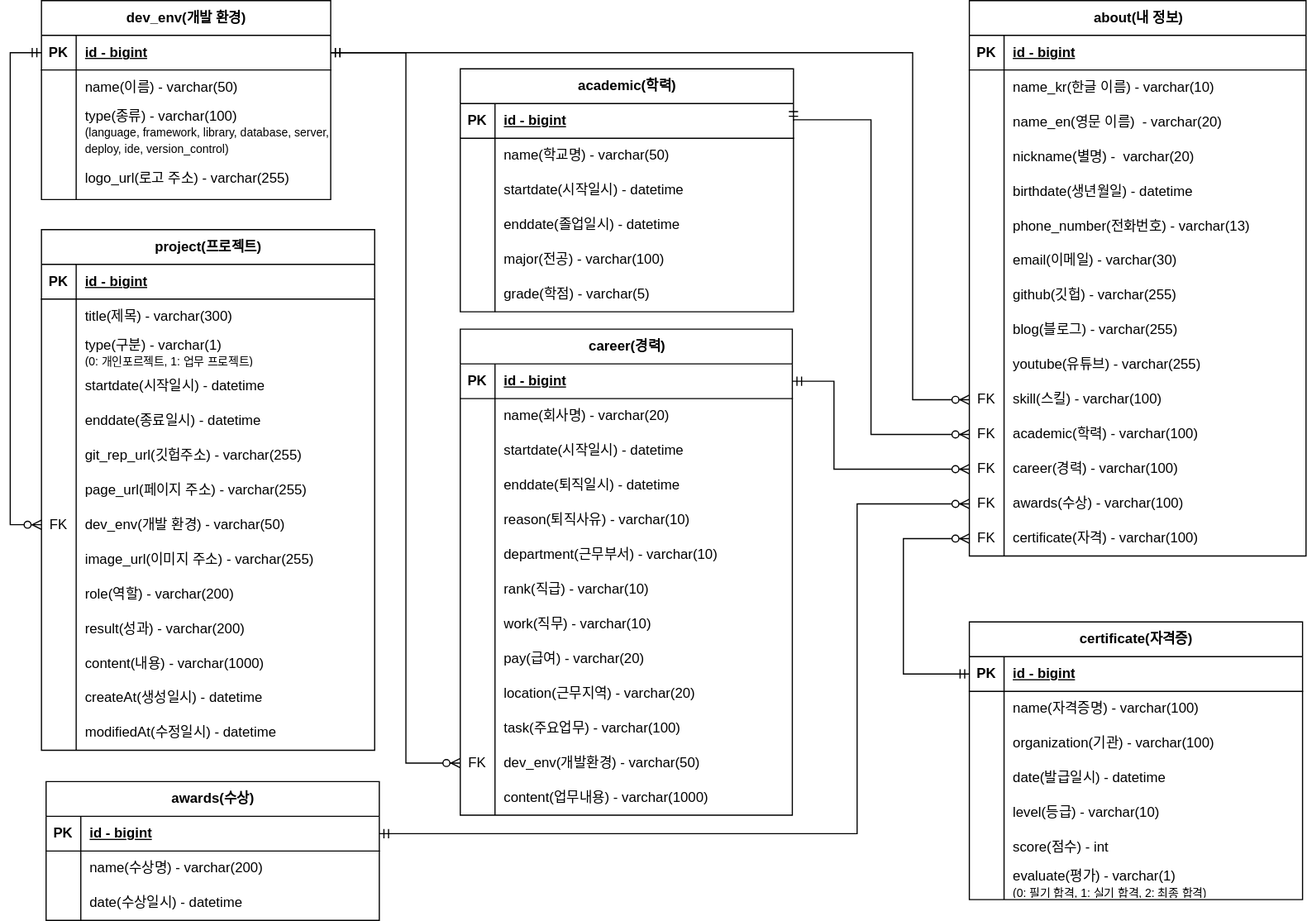
The draw.io diagram document/project-portfolio-erd.svg in benedictJHGil/my-portfolio-app, before a commit. Source tidied: cells renumbered, new cells last; positions are measured from the earlier drawing's top-left corner, leaving out a move shared by most shapes.
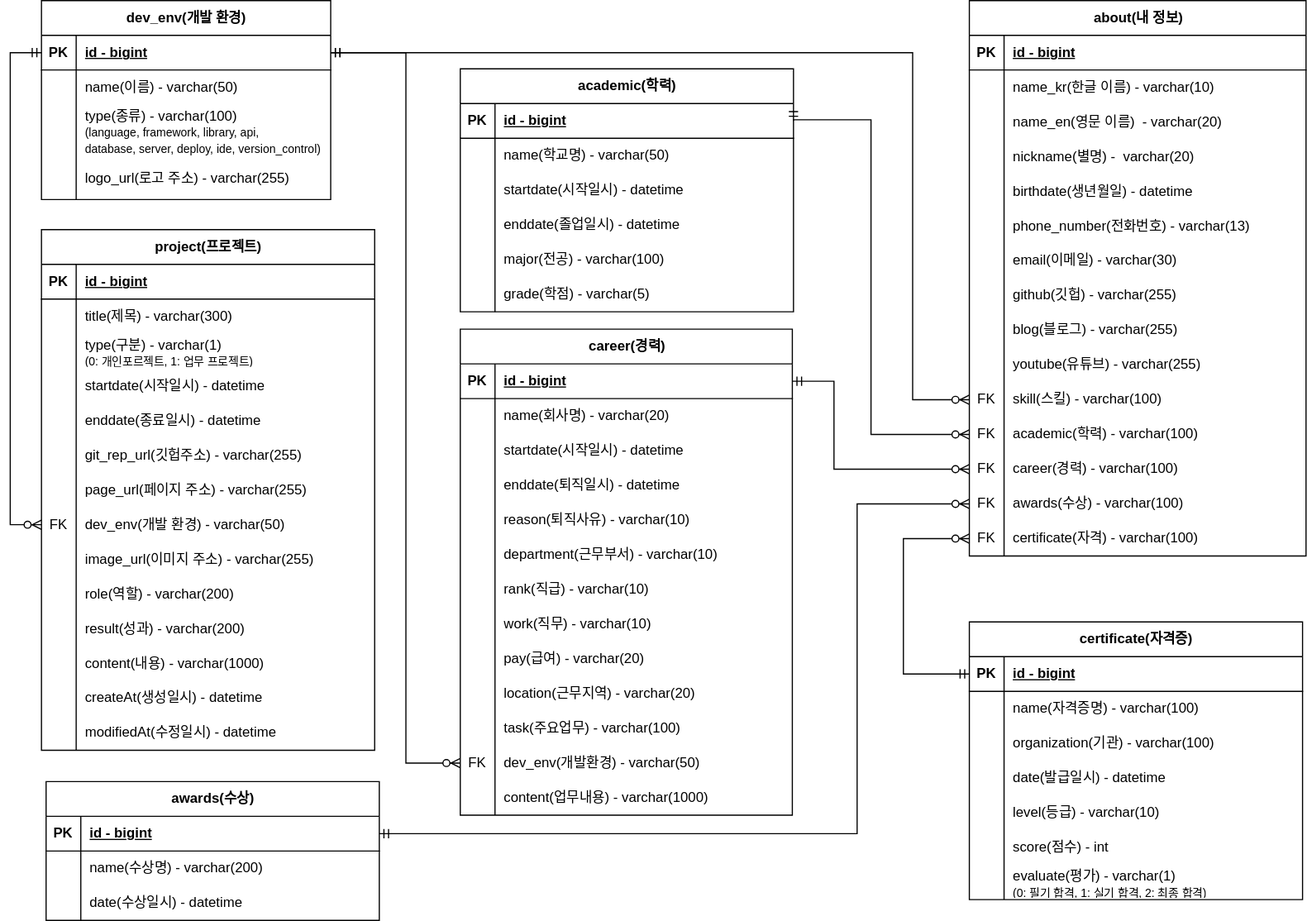
Above is the later version.

The edit, as a diff of the source:
```diff
@@ -158,7 +158,7 @@
     <mxCell id="53" style="shape=partialRectangle;fillColor=none;top=0;left=0;bottom=0;right=0;overflow=hidden;whiteSpace=wrap;html=1;" parent="52" vertex="1">
       <mxGeometry width="30" height="46" as="geometry" />
     </mxCell>
-    <mxCell id="54" value="type(종류) - varchar(100)&lt;div&gt;&lt;font style=&quot;font-size: 10px;&quot;&gt;(language, framework, library, database,&amp;nbsp;&lt;/font&gt;&lt;span style=&quot;font-size: 10px; background-color: initial;&quot;&gt;server, deploy, ide, version_control)&lt;/span&gt;&lt;/div&gt;" style="shape=partialRectangle;fillColor=none;top=0;left=0;bottom=0;right=0;align=left;spacingLeft=6;overflow=hidden;whiteSpace=wrap;html=1;" parent="52" vertex="1">
+    <mxCell id="54" value="type(종류) - varchar(100)&lt;div&gt;&lt;font style=&quot;font-size: 10px;&quot;&gt;(language, framework, library, api, database,&amp;nbsp;&lt;/font&gt;&lt;span style=&quot;font-size: 10px; background-color: initial;&quot;&gt;server, deploy, ide, version_control)&lt;/span&gt;&lt;/div&gt;" style="shape=partialRectangle;fillColor=none;top=0;left=0;bottom=0;right=0;align=left;spacingLeft=6;overflow=hidden;whiteSpace=wrap;html=1;" parent="52" vertex="1">
       <mxGeometry x="30" width="220" height="46" as="geometry" />
     </mxCell>
     <mxCell id="55" style="shape=tableRow;horizontal=0;startSize=0;swimlaneHead=0;swimlaneBody=0;fillColor=none;top=0;left=0;right=0;bottom=0;" parent="45" vertex="1">
```
